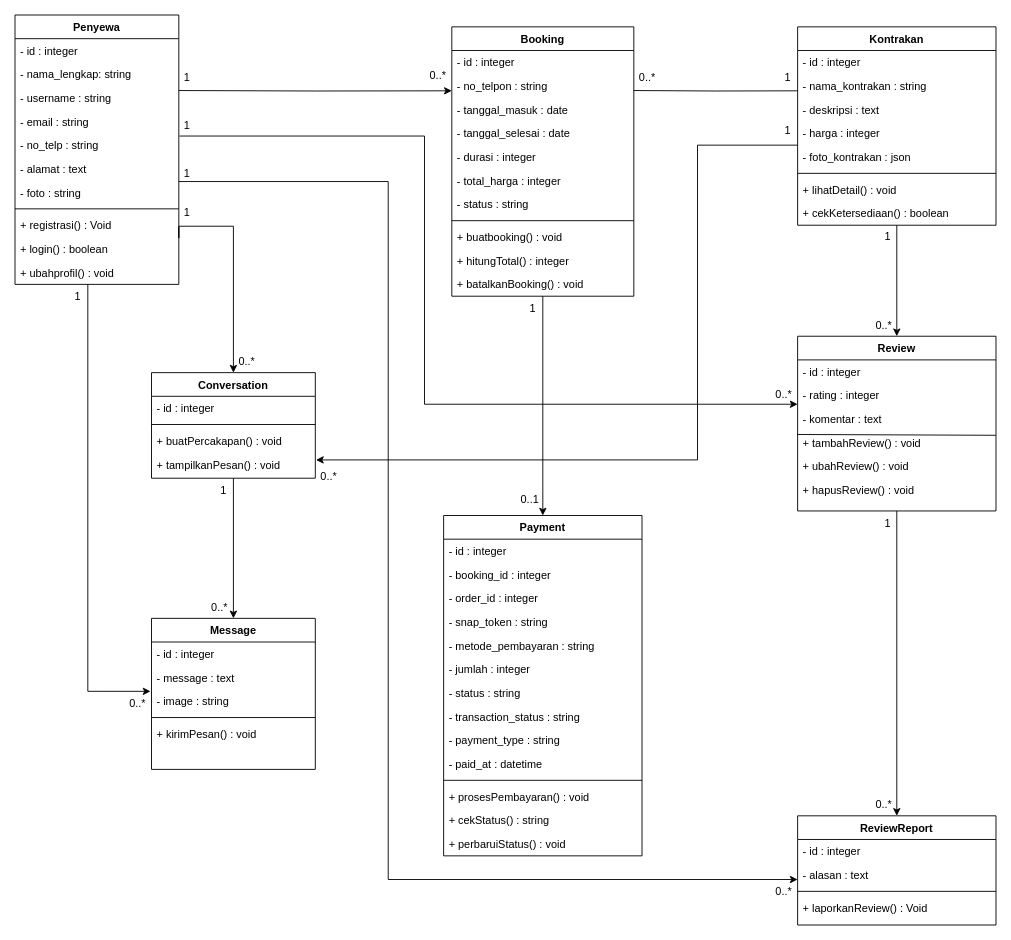
The draw.io diagram page "Halaman-2" (2 of 2) of Classs Diagram.drawio in rizkyanandakinan23/kontrakan-app_2, before the edit. Source tidied: cells renumbered, new cells numbered last; positions are measured from the earlier drawing's top-left corner, leaving out a move shared by most shapes. Both pictures are drawn from the tidied source at 91%, with x=0, y=0 at pixel (15, 15).
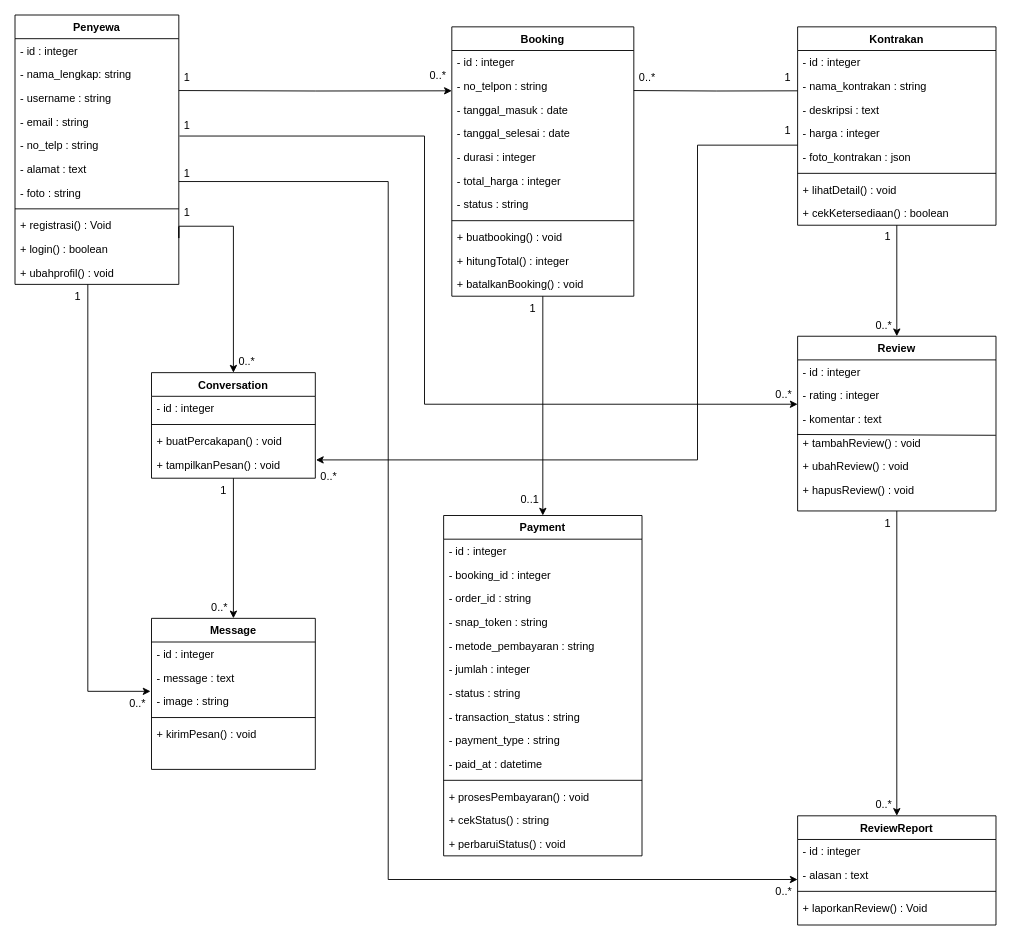
The same diagram, later.

Unchanged cells that the change refers to:
```xml
<mxCell id="27" value="Payment" style="swimlane;fontStyle=1;align=center;verticalAlign=top;horizontal=1;startSize=26;rounded=0;shadow=0;strokeWidth=1;" parent="1" vertex="1">
  <mxGeometry x="471" y="550" width="218" height="374" as="geometry" />
</mxCell>
```

Diff of the diagram source:
```diff
@@
-    <mxCell id="30" value="- order_id : integer&#10;" style="text;align=left;verticalAlign=top;spacingLeft=4;spacingRight=4;overflow=hidden;rounded=0;shadow=0;html=0;" parent="27" vertex="1">
+    <mxCell id="30" value="- order_id : string&#10;" style="text;align=left;verticalAlign=top;spacingLeft=4;spacingRight=4;overflow=hidden;rounded=0;shadow=0;html=0;" parent="27" vertex="1">
       <mxGeometry y="78" width="218" height="26" as="geometry" />
     </mxCell>
```
